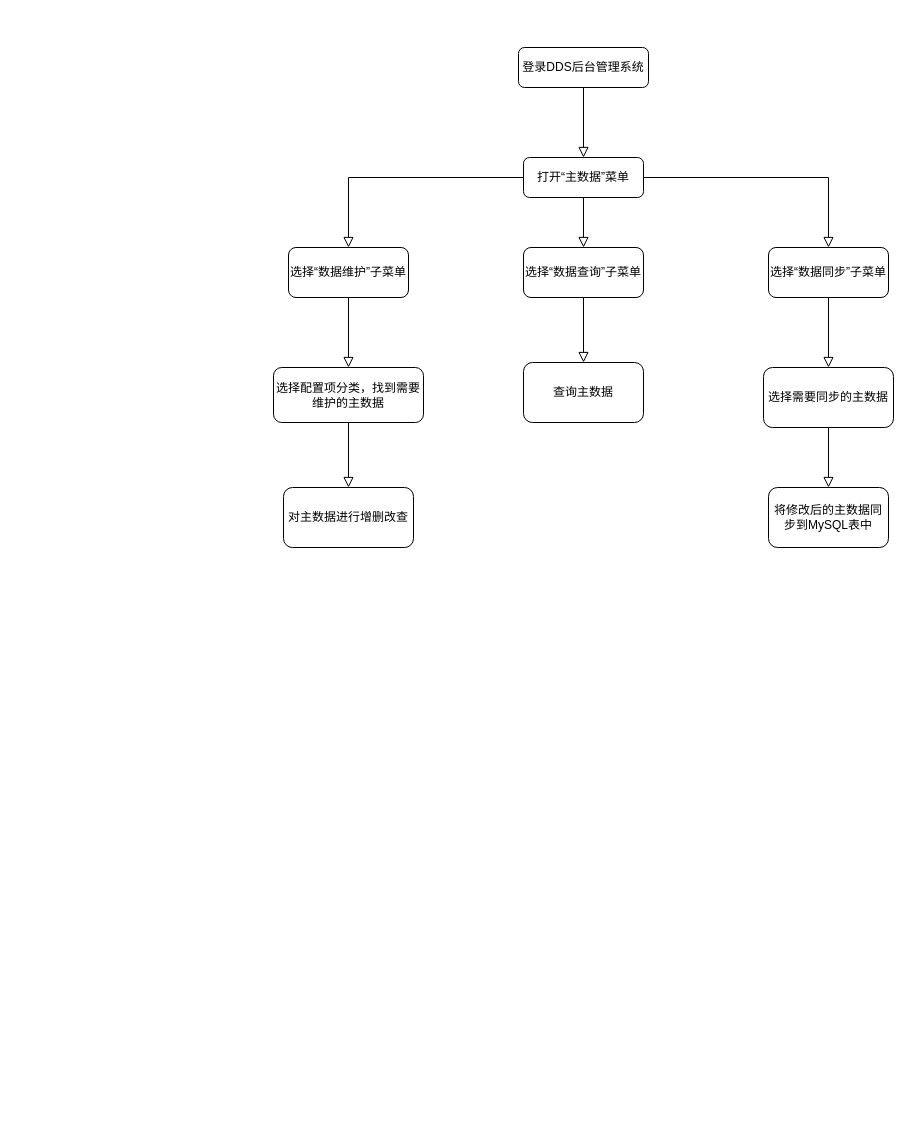
Before: 配置主数据.drawio in AgonyCarl/frank.github.io, a draw.io diagram. Source tidied: cells renumbered, new cells numbered last; positions are measured from the earlier drawing's top-left corner, leaving out a move shared by most shapes. Both pictures are drawn from the tidied source at 100%, with x=0, y=0 at pixel (273, 47).
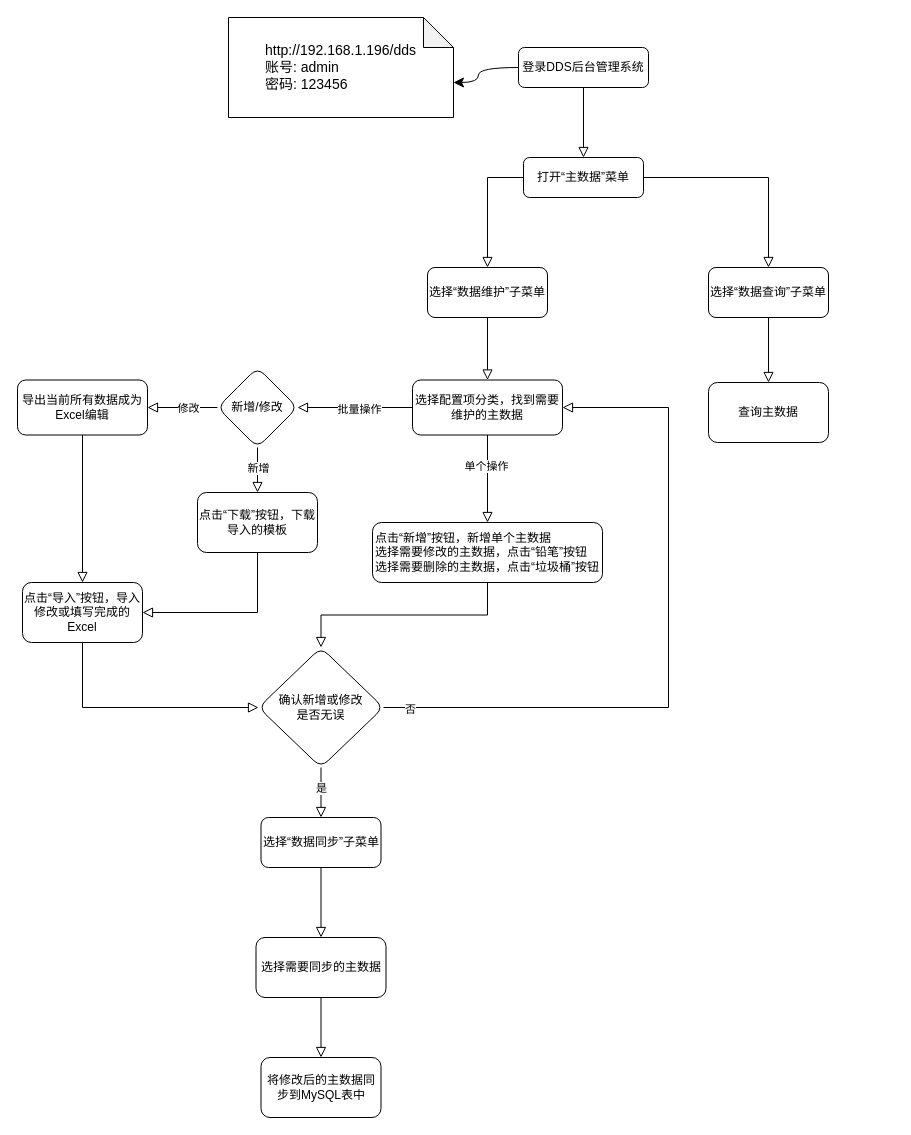
The same diagram, later.

Commit message:
更新配置主数据.drawio

The change refers to these unchanged cells:
```xml
<mxCell id="3" value="登录DDS后台管理系统" style="rounded=1;whiteSpace=wrap;html=1;fontSize=12;glass=0;strokeWidth=1;shadow=0;" parent="1" vertex="1">
  <mxGeometry x="245" width="130" height="40" as="geometry" />
</mxCell>
<mxCell id="7" value="打开“主数据”菜单" style="whiteSpace=wrap;html=1;rounded=1;glass=0;strokeWidth=1;shadow=0;" parent="1" vertex="1">
  <mxGeometry x="250" y="110" width="120" height="40" as="geometry" />
</mxCell>
```

The edit, as a diff of the source:
```diff
@@
-    <mxCell id="4" style="edgeStyle=orthogonalEdgeStyle;rounded=0;jettySize=auto;html=1;endArrow=block;endFill=0;endSize=8;" parent="1" edge="1" source="7" target="9">
+    <mxCell id="4" style="edgeStyle=orthogonalEdgeStyle;rounded=0;jettySize=auto;html=1;endArrow=block;endFill=0;endSize=8;exitX=0;exitY=0.5;exitDx=0;exitDy=0;" parent="1" edge="1" source="7" target="9">
       <mxGeometry relative="1" as="geometry" />
     </mxCell>
-    <mxCell id="5" style="edgeStyle=orthogonalEdgeStyle;rounded=0;jettySize=auto;html=1;strokeColor=default;align=center;verticalAlign=middle;fontFamily=Helvetica;fontSize=11;fontColor=default;labelBackgroundColor=default;endArrow=block;endFill=0;endSize=8;" parent="1" edge="1" source="7" target="11">
+    <mxCell id="5" style="edgeStyle=orthogonalEdgeStyle;rounded=0;jettySize=auto;html=1;strokeColor=default;align=center;verticalAlign=middle;fontFamily=Helvetica;fontSize=11;fontColor=default;labelBackgroundColor=default;endArrow=block;endFill=0;endSize=8;exitX=1;exitY=0.5;exitDx=0;exitDy=0;" parent="1" edge="1" source="7" target="11">
       <mxGeometry relative="1" as="geometry" />
     </mxCell>
-    <mxCell id="6" style="edgeStyle=orthogonalEdgeStyle;rounded=0;jettySize=auto;html=1;strokeColor=default;align=center;verticalAlign=middle;fontFamily=Helvetica;fontSize=11;fontColor=default;labelBackgroundColor=default;endArrow=block;endFill=0;endSize=8;" parent="1" edge="1" source="7" target="13">
-      <mxGeometry relative="1" as="geometry" />
-    </mxCell>
@@
-    <mxCell id="8" style="edgeStyle=orthogonalEdgeStyle;shape=connector;rounded=0;jettySize=auto;html=1;strokeColor=default;align=center;verticalAlign=middle;fontFamily=Helvetica;fontSize=11;fontColor=default;labelBackgroundColor=default;endArrow=block;endFill=0;endSize=8;" parent="1" edge="1" source="9" target="15">
+    <mxCell id="8" style="edgeStyle=orthogonalEdgeStyle;shape=connector;rounded=0;jettySize=auto;html=1;strokeColor=default;align=center;verticalAlign=middle;fontFamily=Helvetica;fontSize=11;fontColor=default;labelBackgroundColor=default;endArrow=block;endFill=0;endSize=8;exitX=0.5;exitY=1;exitDx=0;exitDy=0;" parent="1" edge="1" source="9" target="15">
       <mxGeometry relative="1" as="geometry" />
     </mxCell>
     <mxCell id="9" value="选择“数据维护”子菜单" style="whiteSpace=wrap;html=1;rounded=1;glass=0;strokeWidth=1;shadow=0;" parent="1" vertex="1">
-      <mxGeometry x="15" y="200" width="120" height="50" as="geometry" />
+      <mxGeometry x="154" y="220" width="120" height="50" as="geometry" />
     </mxCell>
@@
     <mxCell id="11" value="选择“数据查询”子菜单" style="whiteSpace=wrap;html=1;rounded=1;glass=0;strokeWidth=1;shadow=0;" parent="1" vertex="1">
-      <mxGeometry x="250" y="200" width="120" height="50" as="geometry" />
+      <mxGeometry x="435" y="220" width="120" height="50" as="geometry" />
     </mxCell>
@@
     <mxCell id="13" value="选择“数据同步”子菜单" style="whiteSpace=wrap;html=1;rounded=1;glass=0;strokeWidth=1;shadow=0;" parent="1" vertex="1">
-      <mxGeometry x="495" y="200" width="120" height="50" as="geometry" />
+      <mxGeometry x="-12.5" y="770" width="120" height="50" as="geometry" />
     </mxCell>
-    <mxCell id="14" style="edgeStyle=orthogonalEdgeStyle;shape=connector;rounded=0;jettySize=auto;html=1;strokeColor=default;align=center;verticalAlign=middle;fontFamily=Helvetica;fontSize=11;fontColor=default;labelBackgroundColor=default;endArrow=block;endFill=0;endSize=8;" parent="1" edge="1" source="15" target="16">
-      <mxGeometry relative="1" as="geometry" />
-    </mxCell>
+    <mxCell id="21" style="edgeStyle=orthogonalEdgeStyle;shape=connector;rounded=0;jettySize=auto;html=1;strokeColor=default;align=center;verticalAlign=middle;fontFamily=Helvetica;fontSize=11;fontColor=default;labelBackgroundColor=default;endArrow=block;endFill=0;endSize=8;" parent="1" edge="1" source="15" target="35">
+      <mxGeometry relative="1" as="geometry" />
+    </mxCell>
+    <mxCell id="22" value="批量操作" style="edgeLabel;html=1;align=center;verticalAlign=middle;fontFamily=Helvetica;fontSize=11;fontColor=default;labelBackgroundColor=default;" parent="21" vertex="1">
+      <mxGeometry x="-0.06" y="1" relative="1" as="geometry" />
+    </mxCell>
+    <mxCell id="23" style="edgeStyle=orthogonalEdgeStyle;shape=connector;rounded=0;jettySize=auto;html=1;strokeColor=default;align=center;verticalAlign=middle;fontFamily=Helvetica;fontSize=11;fontColor=default;labelBackgroundColor=default;endArrow=block;endFill=0;endSize=8;" parent="1" edge="1" source="15" target="38">
+      <mxGeometry relative="1" as="geometry" />
+    </mxCell>
+    <mxCell id="24" value="单个操作" style="edgeLabel;html=1;align=center;verticalAlign=middle;fontFamily=Helvetica;fontSize=11;fontColor=default;labelBackgroundColor=default;" parent="23" vertex="1">
+      <mxGeometry x="-0.3" y="-2" relative="1" as="geometry" />
+    </mxCell>
     <mxCell id="15" value="选择配置项分类，找到需要维护的主数据" style="whiteSpace=wrap;html=1;rounded=1;glass=0;strokeWidth=1;shadow=0;" parent="1" vertex="1">
-      <mxGeometry y="320" width="150" height="55" as="geometry" />
+      <mxGeometry x="139" y="332.5" width="150" height="55" as="geometry" />
     </mxCell>
+    <mxCell id="25" style="edgeStyle=orthogonalEdgeStyle;shape=connector;rounded=0;jettySize=auto;html=1;strokeColor=default;align=center;verticalAlign=middle;fontFamily=Helvetica;fontSize=11;fontColor=default;labelBackgroundColor=default;endArrow=block;endFill=0;endSize=8;" parent="1" edge="1" source="16" target="29">
+      <mxGeometry relative="1" as="geometry" />
+    </mxCell>
-    <mxCell id="16" value="对主数据进行增删改查" style="whiteSpace=wrap;html=1;rounded=1;glass=0;strokeWidth=1;shadow=0;" parent="1" vertex="1">
-      <mxGeometry x="10" y="440" width="130" height="60" as="geometry" />
+    <mxCell id="16" value="导出当前所有数据成为Excel编辑" style="whiteSpace=wrap;html=1;rounded=1;glass=0;strokeWidth=1;shadow=0;" parent="1" vertex="1">
+      <mxGeometry x="-256" y="332.5" width="130" height="55" as="geometry" />
     </mxCell>
     <mxCell id="17" value="查询主数据" style="whiteSpace=wrap;html=1;rounded=1;glass=0;strokeWidth=1;shadow=0;" parent="1" vertex="1">
-      <mxGeometry x="250" y="315" width="120" height="60" as="geometry" />
+      <mxGeometry x="435" y="335" width="120" height="60" as="geometry" />
     </mxCell>
@@
     <mxCell id="19" value="选择需要同步的主数据" style="whiteSpace=wrap;html=1;rounded=1;glass=0;strokeWidth=1;shadow=0;" parent="1" vertex="1">
-      <mxGeometry x="490" y="320" width="130" height="60" as="geometry" />
+      <mxGeometry x="-17.5" y="890" width="130" height="60" as="geometry" />
     </mxCell>
     <mxCell id="20" value="将修改后的主数据同步到MySQL表中" style="whiteSpace=wrap;html=1;rounded=1;glass=0;strokeWidth=1;shadow=0;" parent="1" vertex="1">
-      <mxGeometry x="495" y="440" width="120" height="60" as="geometry" />
+      <mxGeometry x="-12.5" y="1010" width="120" height="60" as="geometry" />
     </mxCell>
+    <mxCell id="26" value="&lt;div style=&quot;text-align: justify; font-size: 14px;&quot;&gt;&lt;font style=&quot;font-size: 14px;&quot;&gt;http://192.168.1.196/dds&lt;/font&gt;&lt;/div&gt;&lt;div style=&quot;text-align: justify; font-size: 14px;&quot;&gt;&lt;font style=&quot;font-size: 14px;&quot;&gt;账号: admin&lt;/font&gt;&lt;/div&gt;&lt;div style=&quot;text-align: justify; font-size: 14px;&quot;&gt;&lt;font style=&quot;font-size: 14px;&quot;&gt;密码: 123456&lt;/font&gt;&lt;/div&gt;" style="shape=note;whiteSpace=wrap;html=1;backgroundOutline=1;darkOpacity=0.05;fontFamily=Helvetica;fontSize=11;fontColor=default;labelBackgroundColor=default;" parent="1" vertex="1">
+      <mxGeometry x="-45" y="-30" width="225" height="100" as="geometry" />
+    </mxCell>
+    <mxCell id="27" style="curved=1;endArrow=classic;html=1;rounded=0;strokeColor=default;align=center;verticalAlign=middle;fontFamily=Helvetica;fontSize=11;fontColor=default;labelBackgroundColor=default;edgeStyle=orthogonalEdgeStyle;endSize=8;exitX=0;exitY=0.5;exitDx=0;exitDy=0;entryX=0;entryY=0;entryDx=225;entryDy=65;entryPerimeter=0;" parent="1" edge="1" source="3" target="26">
+      <mxGeometry relative="1" as="geometry">
+        <Array as="points">
+          <mxPoint x="205" y="20" />
+          <mxPoint x="205" y="35" />
+        </Array>
+      </mxGeometry>
+    </mxCell>
+    <mxCell id="28" style="edgeStyle=orthogonalEdgeStyle;shape=connector;rounded=0;jettySize=auto;html=1;strokeColor=default;align=center;verticalAlign=middle;fontFamily=Helvetica;fontSize=11;fontColor=default;labelBackgroundColor=default;endArrow=block;endFill=0;endSize=8;entryX=0;entryY=0.5;entryDx=0;entryDy=0;exitX=0.5;exitY=1;exitDx=0;exitDy=0;" parent="1" edge="1" source="29" target="43">
+      <mxGeometry relative="1" as="geometry" />
+    </mxCell>
+    <mxCell id="29" value="点击“导入”按钮，导入修改或填写完成的Excel" style="whiteSpace=wrap;html=1;rounded=1;glass=0;strokeWidth=1;shadow=0;" parent="1" vertex="1">
+      <mxGeometry x="-251" y="535" width="120" height="60" as="geometry" />
+    </mxCell>
+    <mxCell id="30" value="点击“下载”按钮，下载导入的模板" style="whiteSpace=wrap;html=1;rounded=1;glass=0;strokeWidth=1;shadow=0;" parent="1" vertex="1">
+      <mxGeometry x="-76" y="445" width="120" height="60" as="geometry" />
+    </mxCell>
+    <mxCell id="31" style="edgeStyle=orthogonalEdgeStyle;shape=connector;rounded=0;jettySize=auto;html=1;strokeColor=default;align=center;verticalAlign=middle;fontFamily=Helvetica;fontSize=11;fontColor=default;labelBackgroundColor=default;endArrow=block;endFill=0;endSize=8;" parent="1" edge="1" source="35" target="16">
+      <mxGeometry relative="1" as="geometry" />
+    </mxCell>
+    <mxCell id="32" value="修改" style="edgeLabel;html=1;align=center;verticalAlign=middle;fontFamily=Helvetica;fontSize=11;fontColor=default;labelBackgroundColor=default;" parent="31" vertex="1">
+      <mxGeometry x="-0.14" y="3" relative="1" as="geometry">
+        <mxPoint y="-3" as="offset" />
+      </mxGeometry>
+    </mxCell>
+    <mxCell id="33" style="edgeStyle=orthogonalEdgeStyle;shape=connector;rounded=0;jettySize=auto;html=1;strokeColor=default;align=center;verticalAlign=middle;fontFamily=Helvetica;fontSize=11;fontColor=default;labelBackgroundColor=default;endArrow=block;endFill=0;endSize=8;" parent="1" edge="1" source="35" target="30">
+      <mxGeometry relative="1" as="geometry" />
+    </mxCell>
+    <mxCell id="34" value="新增" style="edgeLabel;html=1;align=center;verticalAlign=middle;fontFamily=Helvetica;fontSize=11;fontColor=default;labelBackgroundColor=default;" parent="33" vertex="1">
+      <mxGeometry x="-0.7" y="2" relative="1" as="geometry">
+        <mxPoint x="-2" y="13" as="offset" />
+      </mxGeometry>
+    </mxCell>
+    <mxCell id="35" value="新增/修改" style="rhombus;whiteSpace=wrap;html=1;rounded=1;glass=0;strokeWidth=1;shadow=0;" parent="1" vertex="1">
+      <mxGeometry x="-56" y="320" width="80" height="80" as="geometry" />
+    </mxCell>
+    <mxCell id="36" style="endArrow=block;html=1;rounded=0;strokeColor=default;align=center;verticalAlign=middle;fontFamily=Helvetica;fontSize=11;fontColor=default;labelBackgroundColor=default;edgeStyle=orthogonalEdgeStyle;endSize=8;exitX=0.5;exitY=1;exitDx=0;exitDy=0;entryX=1;entryY=0.5;entryDx=0;entryDy=0;endFill=0;" parent="1" edge="1" source="30" target="29">
+      <mxGeometry relative="1" as="geometry" />
+    </mxCell>
+    <mxCell id="37" style="edgeStyle=orthogonalEdgeStyle;shape=connector;rounded=0;jettySize=auto;html=1;strokeColor=default;align=center;verticalAlign=middle;fontFamily=Helvetica;fontSize=11;fontColor=default;labelBackgroundColor=default;endArrow=block;endFill=0;endSize=8;exitX=0.5;exitY=1;exitDx=0;exitDy=0;" parent="1" edge="1" source="38" target="43">
+      <mxGeometry relative="1" as="geometry" />
+    </mxCell>
+    <mxCell id="38" value="&lt;div style=&quot;text-align: left;&quot;&gt;&lt;span style=&quot;background-color: initial;&quot;&gt;点击“新增”按钮，新增单个主数据&lt;/span&gt;&lt;/div&gt;&lt;div style=&quot;text-align: left;&quot;&gt;选择需要修改的主数据，点击“铅笔”按钮&lt;/div&gt;&lt;div style=&quot;text-align: left;&quot;&gt;选择需要删除的主数据，点击“垃圾桶”按钮&lt;/div&gt;" style="whiteSpace=wrap;html=1;rounded=1;glass=0;strokeWidth=1;shadow=0;" parent="1" vertex="1">
+      <mxGeometry x="99" y="475" width="230" height="60" as="geometry" />
+    </mxCell>
+    <mxCell id="39" style="edgeStyle=orthogonalEdgeStyle;shape=connector;rounded=0;jettySize=auto;html=1;strokeColor=default;align=center;verticalAlign=middle;fontFamily=Helvetica;fontSize=11;fontColor=default;labelBackgroundColor=default;endArrow=block;endFill=0;endSize=8;" parent="1" edge="1" source="43" target="13">
+      <mxGeometry relative="1" as="geometry" />
+    </mxCell>
+    <mxCell id="40" value="是" style="edgeLabel;html=1;align=center;verticalAlign=middle;fontFamily=Helvetica;fontSize=11;fontColor=default;labelBackgroundColor=default;" parent="39" vertex="1">
+      <mxGeometry x="-0.5" y="2" relative="1" as="geometry">
+        <mxPoint x="-2" y="7" as="offset" />
+      </mxGeometry>
+    </mxCell>
+    <mxCell id="41" style="edgeStyle=orthogonalEdgeStyle;shape=connector;rounded=0;jettySize=auto;html=1;strokeColor=default;align=center;verticalAlign=middle;fontFamily=Helvetica;fontSize=11;fontColor=default;labelBackgroundColor=default;endArrow=block;endFill=0;endSize=8;entryX=1;entryY=0.5;entryDx=0;entryDy=0;exitX=1;exitY=0.5;exitDx=0;exitDy=0;" parent="1" edge="1" source="43" target="15">
+      <mxGeometry relative="1" as="geometry">
+        <Array as="points">
+          <mxPoint x="395" y="660" />
+          <mxPoint x="395" y="360" />
+        </Array>
+      </mxGeometry>
+    </mxCell>
+    <mxCell id="42" value="否" style="edgeLabel;html=1;align=center;verticalAlign=middle;fontFamily=Helvetica;fontSize=11;fontColor=default;labelBackgroundColor=default;" parent="41" vertex="1">
+      <mxGeometry x="-0.18" y="-1" relative="1" as="geometry">
+        <mxPoint x="-257" as="offset" />
+      </mxGeometry>
+    </mxCell>
+    <mxCell id="43" value="确认新增或修改&lt;div&gt;是否无误&lt;/div&gt;" style="rhombus;whiteSpace=wrap;html=1;rounded=1;glass=0;strokeWidth=1;shadow=0;" parent="1" vertex="1">
+      <mxGeometry x="-15" y="600" width="125" height="120" as="geometry" />
+    </mxCell>
```
